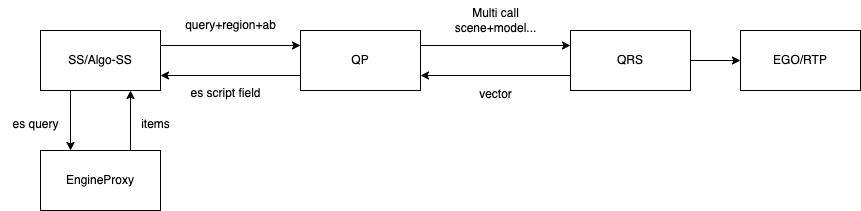
Above: ES script.drawio.png in Dwyane-Xu/drao.io (draw.io), before the change. Source tidied: cells renumbered, new cells last; positions are measured from the earlier drawing's top-left corner, leaving out a move shared by most shapes. Source of this version:
```xml
<mxGraphModel>
  <root>
    <mxCell id="0" />
    <mxCell id="1" parent="0" />
    <mxCell id="2" style="edgeStyle=orthogonalEdgeStyle;rounded=0;jettySize=auto;html=1;exitX=1;exitY=0.25;exitDx=0;exitDy=0;entryX=0;entryY=0.25;entryDx=0;entryDy=0;" parent="1" edge="1" source="4" target="12">
      <mxGeometry relative="1" as="geometry" />
    </mxCell>
    <mxCell id="3" style="edgeStyle=orthogonalEdgeStyle;rounded=0;jettySize=auto;html=1;exitX=0;exitY=0.75;exitDx=0;exitDy=0;entryX=1;entryY=0.75;entryDx=0;entryDy=0;" parent="1" edge="1" source="4" target="7">
      <mxGeometry relative="1" as="geometry" />
    </mxCell>
    <mxCell id="4" value="QP" style="rounded=0;whiteSpace=wrap;html=1;" parent="1" vertex="1">
      <mxGeometry x="300" y="30" width="120" height="60" as="geometry" />
    </mxCell>
    <mxCell id="5" style="edgeStyle=orthogonalEdgeStyle;rounded=0;jettySize=auto;html=1;exitX=1;exitY=0.25;exitDx=0;exitDy=0;entryX=0;entryY=0.25;entryDx=0;entryDy=0;" parent="1" edge="1" source="7" target="4">
      <mxGeometry relative="1" as="geometry" />
    </mxCell>
    <mxCell id="6" style="edgeStyle=orthogonalEdgeStyle;rounded=0;jettySize=auto;html=1;exitX=0.25;exitY=1;exitDx=0;exitDy=0;entryX=0.25;entryY=0;entryDx=0;entryDy=0;" parent="1" edge="1" source="7" target="9">
      <mxGeometry relative="1" as="geometry" />
    </mxCell>
    <mxCell id="7" value="SS/Algo-SS" style="rounded=0;whiteSpace=wrap;html=1;" parent="1" vertex="1">
      <mxGeometry x="40" y="30" width="120" height="60" as="geometry" />
    </mxCell>
    <mxCell id="8" style="edgeStyle=orthogonalEdgeStyle;rounded=0;jettySize=auto;html=1;exitX=0.75;exitY=0;exitDx=0;exitDy=0;entryX=0.75;entryY=1;entryDx=0;entryDy=0;" parent="1" edge="1" source="9" target="7">
      <mxGeometry relative="1" as="geometry" />
    </mxCell>
    <mxCell id="9" value="EngineProxy" style="rounded=0;whiteSpace=wrap;html=1;" parent="1" vertex="1">
      <mxGeometry x="40" y="150" width="120" height="60" as="geometry" />
    </mxCell>
    <mxCell id="10" style="edgeStyle=orthogonalEdgeStyle;rounded=0;jettySize=auto;html=1;entryX=0;entryY=0.5;entryDx=0;entryDy=0;" parent="1" edge="1" source="12" target="13">
      <mxGeometry relative="1" as="geometry" />
    </mxCell>
    <mxCell id="11" style="edgeStyle=orthogonalEdgeStyle;rounded=0;jettySize=auto;html=1;exitX=0;exitY=0.75;exitDx=0;exitDy=0;entryX=1;entryY=0.75;entryDx=0;entryDy=0;" parent="1" edge="1" source="12" target="4">
      <mxGeometry relative="1" as="geometry" />
    </mxCell>
    <mxCell id="12" value="QRS" style="rounded=0;whiteSpace=wrap;html=1;" parent="1" vertex="1">
      <mxGeometry x="570" y="30" width="120" height="60" as="geometry" />
    </mxCell>
    <mxCell id="13" value="EGO/RTP" style="rounded=0;whiteSpace=wrap;html=1;" parent="1" vertex="1">
      <mxGeometry x="740" y="30" width="120" height="60" as="geometry" />
    </mxCell>
    <mxCell id="14" value="Multi call&lt;br&gt;scene+model..." style="text;html=1;align=center;verticalAlign=middle;fillColor=none;strokeColor=none;rounded=0;" parent="1" vertex="1">
      <mxGeometry x="440" width="110" height="40" as="geometry" />
    </mxCell>
    <mxCell id="15" value="vector" style="text;html=1;align=center;verticalAlign=middle;fillColor=none;strokeColor=none;rounded=0;" parent="1" vertex="1">
      <mxGeometry x="465" y="79" width="60" height="30" as="geometry" />
    </mxCell>
    <mxCell id="16" value="query+region+ab" style="text;html=1;align=center;verticalAlign=middle;fillColor=none;strokeColor=none;rounded=0;" parent="1" vertex="1">
      <mxGeometry x="175" y="10" width="110" height="30" as="geometry" />
    </mxCell>
    <mxCell id="17" value="es script field" style="text;html=1;align=center;verticalAlign=middle;fillColor=none;strokeColor=none;rounded=0;" parent="1" vertex="1">
      <mxGeometry x="180" y="78" width="90" height="30" as="geometry" />
    </mxCell>
    <mxCell id="18" value="es query" style="text;html=1;align=center;verticalAlign=middle;fillColor=none;strokeColor=none;rounded=0;" parent="1" vertex="1">
      <mxGeometry y="109" width="70" height="30" as="geometry" />
    </mxCell>
    <mxCell id="19" value="items" style="text;html=1;align=center;verticalAlign=middle;fillColor=none;strokeColor=none;rounded=0;" parent="1" vertex="1">
      <mxGeometry x="130" y="109" width="50" height="30" as="geometry" />
    </mxCell>
  </root>
</mxGraphModel>
```
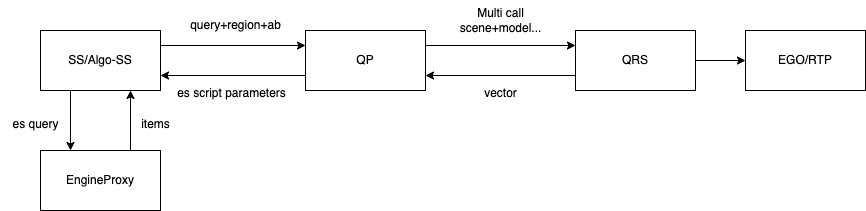
The same diagram one commit later.

Change to the diagram source:
```diff
@@ -18,13 +18,13 @@
       <mxGeometry relative="1" as="geometry" />
     </mxCell>
     <mxCell id="7" value="SS/Algo-SS" style="rounded=0;whiteSpace=wrap;html=1;" parent="1" vertex="1">
-      <mxGeometry x="40" y="30" width="120" height="60" as="geometry" />
+      <mxGeometry x="35" y="30" width="120" height="60" as="geometry" />
     </mxCell>
     <mxCell id="8" style="edgeStyle=orthogonalEdgeStyle;rounded=0;jettySize=auto;html=1;exitX=0.75;exitY=0;exitDx=0;exitDy=0;entryX=0.75;entryY=1;entryDx=0;entryDy=0;" parent="1" edge="1" source="9" target="7">
       <mxGeometry relative="1" as="geometry" />
     </mxCell>
     <mxCell id="9" value="EngineProxy" style="rounded=0;whiteSpace=wrap;html=1;" parent="1" vertex="1">
-      <mxGeometry x="40" y="150" width="120" height="60" as="geometry" />
+      <mxGeometry x="35" y="150" width="120" height="60" as="geometry" />
     </mxCell>
     <mxCell id="10" style="edgeStyle=orthogonalEdgeStyle;rounded=0;jettySize=auto;html=1;entryX=0;entryY=0.5;entryDx=0;entryDy=0;" parent="1" edge="1" source="12" target="13">
       <mxGeometry relative="1" as="geometry" />
@@ -42,19 +42,19 @@
       <mxGeometry x="440" width="110" height="40" as="geometry" />
     </mxCell>
     <mxCell id="15" value="vector" style="text;html=1;align=center;verticalAlign=middle;fillColor=none;strokeColor=none;rounded=0;" parent="1" vertex="1">
-      <mxGeometry x="465" y="79" width="60" height="30" as="geometry" />
+      <mxGeometry x="465" y="78" width="60" height="30" as="geometry" />
     </mxCell>
     <mxCell id="16" value="query+region+ab" style="text;html=1;align=center;verticalAlign=middle;fillColor=none;strokeColor=none;rounded=0;" parent="1" vertex="1">
       <mxGeometry x="175" y="10" width="110" height="30" as="geometry" />
     </mxCell>
-    <mxCell id="17" value="es script field" style="text;html=1;align=center;verticalAlign=middle;fillColor=none;strokeColor=none;rounded=0;" parent="1" vertex="1">
-      <mxGeometry x="180" y="78" width="90" height="30" as="geometry" />
+    <mxCell id="17" value="es script parameters" style="text;html=1;align=center;verticalAlign=middle;fillColor=none;strokeColor=none;rounded=0;" parent="1" vertex="1">
+      <mxGeometry x="161" y="78" width="130" height="30" as="geometry" />
     </mxCell>
     <mxCell id="18" value="es query" style="text;html=1;align=center;verticalAlign=middle;fillColor=none;strokeColor=none;rounded=0;" parent="1" vertex="1">
-      <mxGeometry y="109" width="70" height="30" as="geometry" />
+      <mxGeometry x="-5" y="109" width="70" height="30" as="geometry" />
     </mxCell>
     <mxCell id="19" value="items" style="text;html=1;align=center;verticalAlign=middle;fillColor=none;strokeColor=none;rounded=0;" parent="1" vertex="1">
-      <mxGeometry x="130" y="109" width="50" height="30" as="geometry" />
+      <mxGeometry x="125" y="109" width="50" height="30" as="geometry" />
     </mxCell>
   </root>
 </mxGraphModel>
```
